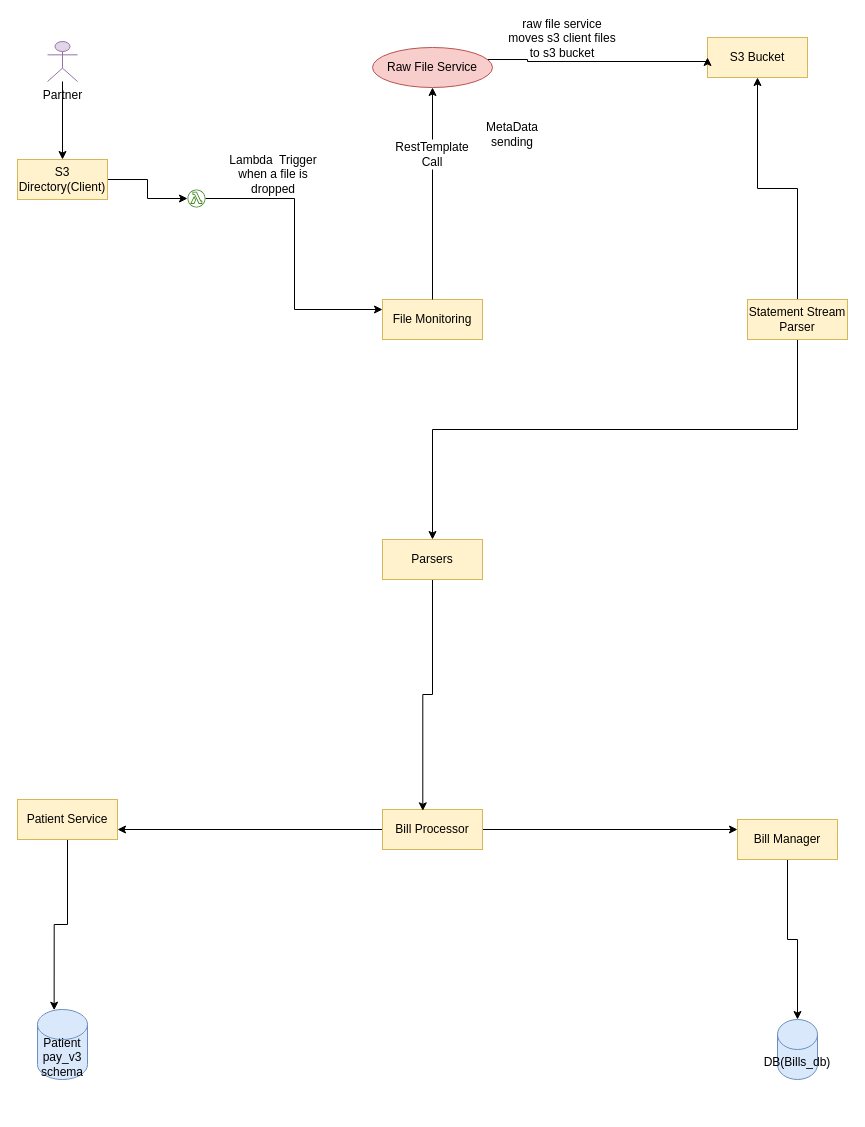
Earlier version of the draw.io diagram Ingestion.drawio (suchit727/diagrams). Source tidied: cells renumbered, new cells numbered last; positions are measured from the earlier drawing's top-left corner, leaving out a move shared by most shapes. Both pictures are drawn from the tidied source at 100%, with x=0, y=0 at pixel (17, 29).
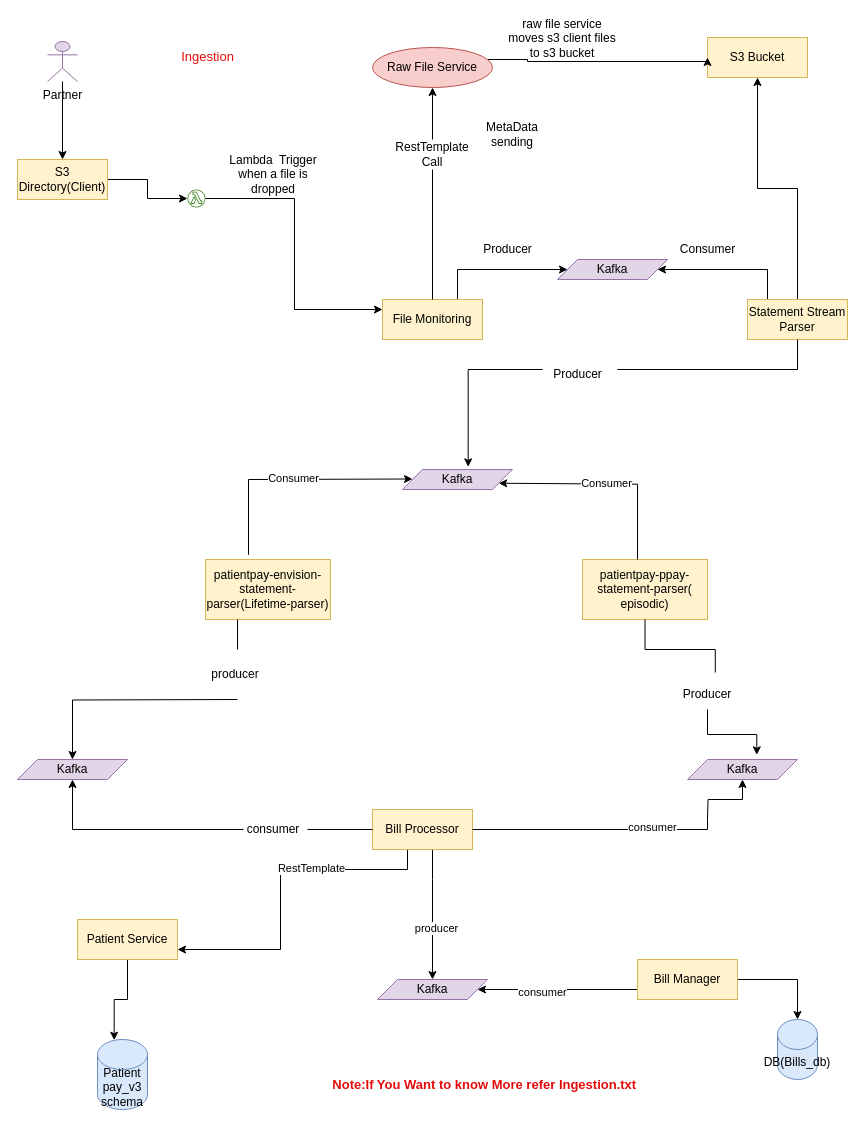
After the change.

Unchanged cells that the change refers to:
```xml
<mxCell id="13" value="Statement Stream Parser" style="rounded=0;whiteSpace=wrap;html=1;fillColor=#fff2cc;strokeColor=#d6b656;" parent="1" vertex="1">
  <mxGeometry x="730" y="270" width="100" height="40" as="geometry" />
</mxCell>
```

What changed in the source:
```diff
@@
+    <mxCell id="32" style="edgeStyle=orthogonalEdgeStyle;rounded=0;jettySize=auto;html=1;" parent="1" edge="1" target="42">
+      <mxGeometry relative="1" as="geometry">
+        <mxPoint x="430" y="270" as="sourcePoint" />
+        <Array as="points">
+          <mxPoint x="440" y="270" />
+          <mxPoint x="440" y="240" />
+        </Array>
+      </mxGeometry>
+    </mxCell>
@@
+    <mxCell id="33" style="edgeStyle=orthogonalEdgeStyle;rounded=0;jettySize=auto;html=1;entryX=1;entryY=0.5;entryDx=0;entryDy=0;" parent="1" edge="1" source="7" target="65">
+      <mxGeometry relative="1" as="geometry">
+        <Array as="points">
+          <mxPoint x="510" y="960" />
+          <mxPoint x="510" y="960" />
+        </Array>
+      </mxGeometry>
+    </mxCell>
+    <mxCell id="34" value="consumer" style="edgeLabel;html=1;align=center;verticalAlign=middle;" parent="33" vertex="1">
+      <mxGeometry x="0.2" y="2" relative="1" as="geometry" />
+    </mxCell>
     <mxCell id="7" value="Bill Manager" style="rounded=0;whiteSpace=wrap;html=1;fillColor=#fff2cc;strokeColor=#d6b656;" parent="1" vertex="1">
-      <mxGeometry x="720" y="790" width="100" height="40" as="geometry" />
+      <mxGeometry x="620" y="930" width="100" height="40" as="geometry" />
     </mxCell>
     <mxCell id="8" style="edgeStyle=orthogonalEdgeStyle;rounded=0;jettySize=auto;html=1;entryX=1;entryY=0.75;entryDx=0;entryDy=0;" parent="1" edge="1" source="10" target="21">
-      <mxGeometry relative="1" as="geometry" />
+      <mxGeometry relative="1" as="geometry">
+        <Array as="points">
+          <mxPoint x="390" y="840" />
+          <mxPoint x="263" y="840" />
+          <mxPoint x="263" y="920" />
+        </Array>
+      </mxGeometry>
     </mxCell>
-    <mxCell id="9" style="edgeStyle=orthogonalEdgeStyle;rounded=0;jettySize=auto;html=1;entryX=0;entryY=0.25;entryDx=0;entryDy=0;" parent="1" edge="1" source="10" target="7">
-      <mxGeometry relative="1" as="geometry" />
-    </mxCell>
+    <mxCell id="35" value="RestTemplate" style="edgeLabel;html=1;align=center;verticalAlign=middle;" parent="8" vertex="1">
+      <mxGeometry x="-0.29" y="-2" relative="1" as="geometry" />
+    </mxCell>
+    <mxCell id="36" style="edgeStyle=orthogonalEdgeStyle;rounded=0;jettySize=auto;html=1;startArrow=none;" parent="1" edge="1" source="61" target="43">
+      <mxGeometry x="-0.2" y="15" relative="1" as="geometry" />
+    </mxCell>
+    <mxCell id="37" style="edgeStyle=orthogonalEdgeStyle;rounded=0;jettySize=auto;html=1;entryX=0.5;entryY=1;entryDx=0;entryDy=0;startArrow=none;" parent="1" edge="1" target="55">
+      <mxGeometry relative="1" as="geometry">
+        <mxPoint x="690" y="790" as="sourcePoint" />
+      </mxGeometry>
+    </mxCell>
+    <mxCell id="38" style="edgeStyle=orthogonalEdgeStyle;rounded=0;jettySize=auto;html=1;entryX=0.5;entryY=0;entryDx=0;entryDy=0;" parent="1" edge="1" source="10" target="65">
+      <mxGeometry x="-0.56" relative="1" as="geometry">
+        <Array as="points">
+          <mxPoint x="415" y="850" />
+          <mxPoint x="415" y="850" />
+        </Array>
+      </mxGeometry>
+    </mxCell>
+    <mxCell id="39" value="producer" style="edgeLabel;html=1;align=center;verticalAlign=middle;" parent="38" vertex="1">
+      <mxGeometry x="0.2" y="3" relative="1" as="geometry" />
+    </mxCell>
     <mxCell id="10" value="Bill Processor" style="rounded=0;whiteSpace=wrap;html=1;fillColor=#fff2cc;strokeColor=#d6b656;" parent="1" vertex="1">
-      <mxGeometry x="365" y="780" width="100" height="40" as="geometry" />
+      <mxGeometry x="355" y="780" width="100" height="40" as="geometry" />
     </mxCell>
@@
-    <mxCell id="12" style="edgeStyle=orthogonalEdgeStyle;rounded=0;jettySize=auto;html=1;exitX=0.5;exitY=1;exitDx=0;exitDy=0;" parent="1" edge="1" source="13" target="17">
-      <mxGeometry relative="1" as="geometry">
-        <Array as="points">
-          <mxPoint x="780" y="400" />
-          <mxPoint x="415" y="400" />
-        </Array>
-      </mxGeometry>
-    </mxCell>
+    <mxCell id="40" style="edgeStyle=orthogonalEdgeStyle;rounded=0;jettySize=auto;html=1;exitX=0.25;exitY=0;exitDx=0;exitDy=0;entryX=1;entryY=0.5;entryDx=0;entryDy=0;" parent="1" edge="1" source="13" target="42">
+      <mxGeometry relative="1" as="geometry">
+        <Array as="points">
+          <mxPoint x="750" y="270" />
+          <mxPoint x="750" y="240" />
+        </Array>
+      </mxGeometry>
+    </mxCell>
+    <mxCell id="41" style="edgeStyle=orthogonalEdgeStyle;rounded=0;jettySize=auto;html=1;entryX=0.597;entryY=-0.133;entryDx=0;entryDy=0;entryPerimeter=0;startArrow=none;" parent="1" edge="1" source="51" target="44">
+      <mxGeometry relative="1" as="geometry">
+        <Array as="points">
+          <mxPoint x="451" y="340" />
+        </Array>
+      </mxGeometry>
+    </mxCell>
@@
     <mxCell id="14" value="Patient pay_v3 schema" style="shape=cylinder3;whiteSpace=wrap;html=1;boundedLbl=1;backgroundOutline=1;size=15;fillColor=#dae8fc;strokeColor=#6c8ebf;" parent="1" vertex="1">
-      <mxGeometry x="20" y="980" width="50" height="70" as="geometry" />
+      <mxGeometry x="80" y="1010" width="50" height="70" as="geometry" />
     </mxCell>
@@
-    <mxCell id="16" style="edgeStyle=orthogonalEdgeStyle;rounded=0;jettySize=auto;html=1;entryX=0.403;entryY=0.033;entryDx=0;entryDy=0;entryPerimeter=0;" parent="1" edge="1" source="17" target="10">
-      <mxGeometry relative="1" as="geometry" />
-    </mxCell>
-    <mxCell id="17" value="Parsers" style="rounded=0;whiteSpace=wrap;html=1;fillColor=#fff2cc;strokeColor=#d6b656;" parent="1" vertex="1">
-      <mxGeometry x="365" y="510" width="100" height="40" as="geometry" />
+    <mxCell id="17" value="patientpay-envision-statement-parser(Lifetime-parser)" style="rounded=0;whiteSpace=wrap;html=1;fillColor=#fff2cc;strokeColor=#d6b656;" parent="1" vertex="1">
+      <mxGeometry x="188" y="530" width="125" height="60" as="geometry" />
     </mxCell>
@@
     <mxCell id="20" style="edgeStyle=orthogonalEdgeStyle;rounded=0;jettySize=auto;html=1;entryX=0.333;entryY=0.01;entryDx=0;entryDy=0;entryPerimeter=0;" parent="1" edge="1" source="21" target="14">
-      <mxGeometry relative="1" as="geometry" />
+      <mxGeometry x="-0.15" y="-3" relative="1" as="geometry" />
     </mxCell>
     <mxCell id="21" value="Patient Service" style="rounded=0;whiteSpace=wrap;html=1;fillColor=#fff2cc;strokeColor=#d6b656;" parent="1" vertex="1">
-      <mxGeometry y="770" width="100" height="40" as="geometry" />
+      <mxGeometry x="60" y="890" width="100" height="40" as="geometry" />
     </mxCell>
@@
+    <mxCell id="42" value="Kafka" style="shape=parallelogram;perimeter=parallelogramPerimeter;whiteSpace=wrap;html=1;fixedSize=1;fillColor=#e1d5e7;strokeColor=#9673a6;" parent="1" vertex="1">
+      <mxGeometry x="540" y="230" width="110" height="20" as="geometry" />
+    </mxCell>
+    <mxCell id="43" value="Kafka" style="shape=parallelogram;perimeter=parallelogramPerimeter;whiteSpace=wrap;html=1;fixedSize=1;fillColor=#e1d5e7;strokeColor=#9673a6;" parent="1" vertex="1">
+      <mxGeometry y="730" width="110" height="20" as="geometry" />
+    </mxCell>
+    <mxCell id="44" value="Kafka" style="shape=parallelogram;perimeter=parallelogramPerimeter;whiteSpace=wrap;html=1;fixedSize=1;fillColor=#e1d5e7;strokeColor=#9673a6;" parent="1" vertex="1">
+      <mxGeometry x="385" y="440" width="110" height="20" as="geometry" />
+    </mxCell>
+    <mxCell id="45" value="Producer" style="text;html=1;align=center;verticalAlign=middle;strokeColor=none;fillColor=none;" parent="1" vertex="1">
+      <mxGeometry x="455" y="205" width="70" height="30" as="geometry" />
+    </mxCell>
+    <mxCell id="46" value="Consumer" style="text;html=1;align=center;verticalAlign=middle;strokeColor=none;fillColor=none;" parent="1" vertex="1">
+      <mxGeometry x="650" y="205" width="80" height="30" as="geometry" />
+    </mxCell>
+    <mxCell id="47" style="edgeStyle=orthogonalEdgeStyle;rounded=0;jettySize=auto;html=1;entryX=0.63;entryY=-0.233;entryDx=0;entryDy=0;entryPerimeter=0;startArrow=none;" parent="1" edge="1" source="59" target="55">
+      <mxGeometry relative="1" as="geometry" />
+    </mxCell>
+    <mxCell id="48" value="patientpay-ppay-statement-parser(&lt;br&gt;episodic)" style="rounded=0;whiteSpace=wrap;html=1;fillColor=#fff2cc;strokeColor=#d6b656;" parent="1" vertex="1">
+      <mxGeometry x="565" y="530" width="125" height="60" as="geometry" />
+    </mxCell>
+    <mxCell id="49" style="endArrow=classic;html=1;rounded=0;exitX=0.384;exitY=-0.078;exitDx=0;exitDy=0;exitPerimeter=0;" parent="1" edge="1">
+      <mxGeometry relative="1" as="geometry">
+        <mxPoint x="231" y="525.3" as="sourcePoint" />
+        <mxPoint x="395" y="449.5" as="targetPoint" />
+        <Array as="points">
+          <mxPoint x="231" y="450" />
+        </Array>
+      </mxGeometry>
+    </mxCell>
+    <mxCell id="50" value="Consumer" style="edgeLabel;html=1;align=center;verticalAlign=middle;" parent="49" vertex="1">
+      <mxGeometry relative="1" as="geometry">
+        <mxPoint y="-1" as="offset" />
+      </mxGeometry>
+    </mxCell>
+    <mxCell id="51" value="Producer" style="text;html=1;align=center;verticalAlign=middle;points=[];strokeColor=none;fillColor=none;" parent="1" vertex="1">
+      <mxGeometry x="525" y="330" width="70" height="30" as="geometry" />
+    </mxCell>
+    <mxCell id="52" style="edgeStyle=orthogonalEdgeStyle;rounded=0;jettySize=auto;html=1;endArrow=none;" parent="1" edge="1" source="13">
+      <mxGeometry relative="1" as="geometry">
+        <mxPoint x="600" y="340" as="targetPoint" />
+        <Array as="points">
+          <mxPoint x="780" y="340" />
+        </Array>
+      </mxGeometry>
+    </mxCell>
+    <mxCell id="53" style="endArrow=classic;html=1;rounded=0;exitX=0.384;exitY=-0.078;exitDx=0;exitDy=0;exitPerimeter=0;entryX=1;entryY=0.75;entryDx=0;entryDy=0;" parent="1" edge="1" target="44">
+      <mxGeometry relative="1" as="geometry">
+        <mxPoint x="620" y="530" as="sourcePoint" />
+        <Array as="points">
+          <mxPoint x="620" y="454.7" />
+        </Array>
+      </mxGeometry>
+    </mxCell>
+    <mxCell id="54" value="Consumer" style="edgeLabel;html=1;align=center;verticalAlign=middle;" parent="53" vertex="1">
+      <mxGeometry relative="1" as="geometry">
+        <mxPoint y="-1" as="offset" />
+      </mxGeometry>
+    </mxCell>
+    <mxCell id="55" value="Kafka" style="shape=parallelogram;perimeter=parallelogramPerimeter;whiteSpace=wrap;html=1;fixedSize=1;fillColor=#e1d5e7;strokeColor=#9673a6;" parent="1" vertex="1">
+      <mxGeometry x="670" y="730" width="110" height="20" as="geometry" />
+    </mxCell>
+    <mxCell id="56" style="edgeStyle=orthogonalEdgeStyle;rounded=0;jettySize=auto;html=1;" parent="1" edge="1" target="43">
+      <mxGeometry relative="1" as="geometry">
+        <mxPoint x="220" y="670" as="sourcePoint" />
+      </mxGeometry>
+    </mxCell>
+    <mxCell id="57" style="endArrow=none;html=1;rounded=0;" parent="1" edge="1">
+      <mxGeometry relative="1" as="geometry">
+        <mxPoint x="220" y="620" as="sourcePoint" />
+        <mxPoint x="220" y="590" as="targetPoint" />
+      </mxGeometry>
+    </mxCell>
+    <mxCell id="58" value="producer" style="text;html=1;strokeColor=none;fillColor=none;align=center;verticalAlign=middle;whiteSpace=wrap;rounded=0;" parent="1" vertex="1">
+      <mxGeometry x="188" y="630" width="60" height="30" as="geometry" />
+    </mxCell>
+    <mxCell id="59" value="Producer" style="text;html=1;strokeColor=none;fillColor=none;align=center;verticalAlign=middle;whiteSpace=wrap;rounded=0;" parent="1" vertex="1">
+      <mxGeometry x="660" y="650" width="60" height="30" as="geometry" />
+    </mxCell>
+    <mxCell id="60" style="edgeStyle=orthogonalEdgeStyle;rounded=0;jettySize=auto;html=1;entryX=0.63;entryY=-0.233;entryDx=0;entryDy=0;entryPerimeter=0;endArrow=none;" parent="1" edge="1" source="48" target="59">
+      <mxGeometry relative="1" as="geometry" />
+    </mxCell>
+    <mxCell id="61" value="consumer" style="text;html=1;strokeColor=none;fillColor=none;align=center;verticalAlign=middle;whiteSpace=wrap;rounded=0;" parent="1" vertex="1">
+      <mxGeometry x="226" y="785" width="60" height="30" as="geometry" />
+    </mxCell>
+    <mxCell id="62" style="endArrow=none;html=1;rounded=0;entryX=0;entryY=0.5;entryDx=0;entryDy=0;" parent="1" edge="1" target="10">
+      <mxGeometry relative="1" as="geometry">
+        <mxPoint x="290" y="800" as="sourcePoint" />
+      </mxGeometry>
+    </mxCell>
+    <mxCell id="63" style="edgeStyle=orthogonalEdgeStyle;rounded=0;jettySize=auto;html=1;endArrow=none;" parent="1" edge="1" source="10">
+      <mxGeometry relative="1" as="geometry">
+        <mxPoint x="690" y="790" as="targetPoint" />
+        <Array as="points">
+          <mxPoint x="690" y="800" />
+        </Array>
+      </mxGeometry>
+    </mxCell>
+    <mxCell id="64" value="consumer" style="edgeLabel;html=1;align=center;verticalAlign=middle;" parent="63" vertex="1">
+      <mxGeometry x="0.46" y="3" relative="1" as="geometry" />
+    </mxCell>
+    <mxCell id="65" value="Kafka" style="shape=parallelogram;perimeter=parallelogramPerimeter;whiteSpace=wrap;html=1;fixedSize=1;fillColor=#e1d5e7;strokeColor=#9673a6;" parent="1" vertex="1">
+      <mxGeometry x="360" y="950" width="110" height="20" as="geometry" />
+    </mxCell>
+    <mxCell id="66" value="&lt;b&gt;&lt;font color=&quot;#e50b0b&quot; style=&quot;font-size: 13px;&quot;&gt;&amp;nbsp; &amp;nbsp;Note:If You Want to know More refer&amp;nbsp;Ingestion.txt&lt;/font&gt;&lt;/b&gt;&amp;nbsp;" style="text;html=1;align=center;verticalAlign=middle;strokeColor=none;fillColor=none;" parent="1" vertex="1">
+      <mxGeometry x="293" y="1040" width="340" height="30" as="geometry" />
+    </mxCell>
+    <mxCell id="67" value="Ingestion" style="text;html=1;align=center;verticalAlign=middle;strokeColor=none;fillColor=none;fontSize=13;fontColor=#e50b0b;" parent="1" vertex="1">
+      <mxGeometry x="150" y="12" width="80" height="30" as="geometry" />
+    </mxCell>
```
